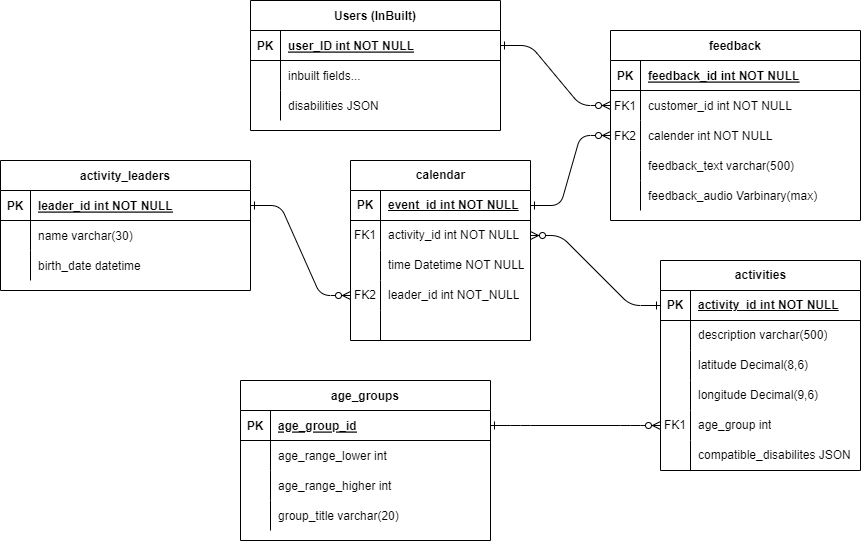
The draw.io diagram documentation/Diagrams/Database Structure/db structure.png in TomDra/Empower-Events, before a commit. Source tidied: cells renumbered, new cells last; positions are measured from the earlier drawing's top-left corner, leaving out a move shared by most shapes.
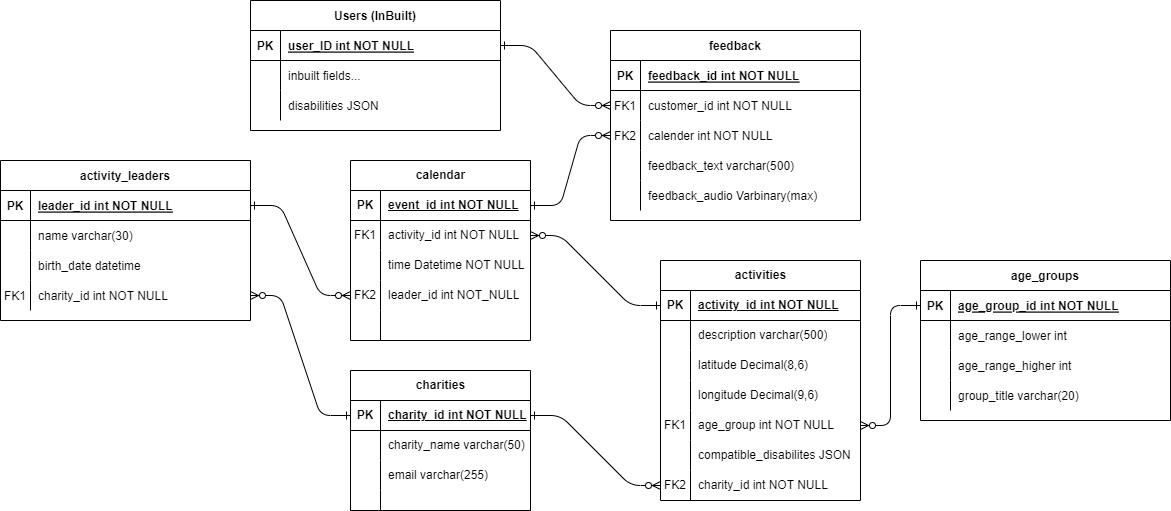
Later version of the same file.

Commit message:
Updated enitiy relation diagram

Change to the diagram source:
```diff
@@ -54,7 +54,7 @@
       <mxGeometry x="30" width="220" height="30" as="geometry" />
     </mxCell>
     <mxCell id="19" value="age_groups" style="shape=table;startSize=30;rowLines=0;fontStyle=1;align=center;" parent="1" vertex="1">
-      <mxGeometry x="240" y="380" width="250" height="160" as="geometry" />
+      <mxGeometry x="920" y="260" width="250" height="160" as="geometry" />
     </mxCell>
     <mxCell id="20" style="shape=partialRectangle;fillColor=none;points=[[0,0.5],[1,0.5]];portConstraint=eastwest;top=0;left=0;right=0;bottom=1;" parent="19" vertex="1">
       <mxGeometry y="30" width="250" height="30" as="geometry" />
@@ -62,7 +62,7 @@
     <mxCell id="21" value="PK" style="shape=partialRectangle;overflow=hidden;fillColor=none;top=0;left=0;bottom=0;right=0;fontStyle=1;" parent="20" vertex="1">
       <mxGeometry width="30" height="30" as="geometry" />
     </mxCell>
-    <mxCell id="22" value="age_group_id" style="shape=partialRectangle;overflow=hidden;fillColor=none;top=0;left=0;bottom=0;right=0;align=left;spacingLeft=6;fontStyle=5;" parent="20" vertex="1">
+    <mxCell id="22" value="age_group_id int NOT NULL" style="shape=partialRectangle;overflow=hidden;fillColor=none;top=0;left=0;bottom=0;right=0;align=left;spacingLeft=6;fontStyle=5;" parent="20" vertex="1">
       <mxGeometry x="30" width="220" height="30" as="geometry" />
     </mxCell>
     <mxCell id="23" style="shape=partialRectangle;fillColor=none;top=0;left=0;right=0;bottom=0;" parent="19" vertex="1">
@@ -176,11 +176,11 @@
     <mxCell id="59" style="edgeStyle=entityRelationEdgeStyle;endArrow=ERzeroToMany;startArrow=ERone;endFill=1;startFill=0;entryX=1;entryY=0.5;entryDx=0;entryDy=0;exitX=0;exitY=0.5;exitDx=0;exitDy=0;" parent="1" edge="1" source="62" target="47">
       <mxGeometry relative="1" as="geometry" />
     </mxCell>
-    <mxCell id="60" style="edgeStyle=entityRelationEdgeStyle;endArrow=ERzeroToMany;startArrow=ERone;endFill=1;startFill=0;entryX=0;entryY=0.5;entryDx=0;entryDy=0;exitX=1;exitY=0.5;exitDx=0;exitDy=0;" parent="1" edge="1" source="20" target="74">
+    <mxCell id="60" style="edgeStyle=entityRelationEdgeStyle;endArrow=ERzeroToMany;startArrow=ERone;endFill=1;startFill=0;" parent="1" edge="1" source="20" target="74">
       <mxGeometry relative="1" as="geometry" />
     </mxCell>
     <mxCell id="61" value="activities" style="shape=table;startSize=30;rowLines=0;fontStyle=1;align=center;html=1;" parent="1" vertex="1">
-      <mxGeometry x="660" y="260" width="200" height="210" as="geometry" />
+      <mxGeometry x="660" y="260" width="200" height="240" as="geometry" />
     </mxCell>
     <mxCell id="62" style="shape=tableRow;horizontal=0;startSize=0;swimlaneHead=0;swimlaneBody=0;fillColor=none;points=[[0,0.5],[1,0.5]];portConstraint=eastwest;top=0;left=0;right=0;bottom=1;" parent="61" vertex="1">
       <mxGeometry y="30" width="200" height="30" as="geometry" />
@@ -224,7 +224,7 @@
     <mxCell id="75" value="FK1" style="shape=partialRectangle;fillColor=none;top=0;left=0;bottom=0;right=0;overflow=hidden;whiteSpace=wrap;html=1;" parent="74" vertex="1">
       <mxGeometry width="30" height="30" as="geometry" />
     </mxCell>
-    <mxCell id="76" value="age_group int" style="shape=partialRectangle;fillColor=none;top=0;left=0;bottom=0;right=0;align=left;spacingLeft=6;overflow=hidden;whiteSpace=wrap;html=1;" parent="74" vertex="1">
+    <mxCell id="76" value="age_group int NOT NULL" style="shape=partialRectangle;fillColor=none;top=0;left=0;bottom=0;right=0;align=left;spacingLeft=6;overflow=hidden;whiteSpace=wrap;html=1;" parent="74" vertex="1">
       <mxGeometry x="30" width="170" height="30" as="geometry" />
     </mxCell>
     <mxCell id="77" style="shape=tableRow;horizontal=0;startSize=0;swimlaneHead=0;swimlaneBody=0;fillColor=none;top=0;left=0;right=0;bottom=0;" parent="61" vertex="1">
@@ -236,8 +236,17 @@
     <mxCell id="79" value="compatible_disabilites JSON" style="shape=partialRectangle;fillColor=none;top=0;left=0;bottom=0;right=0;align=left;spacingLeft=6;overflow=hidden;whiteSpace=wrap;html=1;" parent="77" vertex="1">
       <mxGeometry x="30" width="170" height="30" as="geometry" />
     </mxCell>
+    <mxCell id="91" style="shape=tableRow;horizontal=0;startSize=0;swimlaneHead=0;swimlaneBody=0;fillColor=none;points=[[0,0.5],[1,0.5]];portConstraint=eastwest;top=0;left=0;right=0;bottom=0;" parent="61" vertex="1">
+      <mxGeometry y="210" width="200" height="30" as="geometry" />
+    </mxCell>
+    <mxCell id="92" value="FK2" style="shape=partialRectangle;fillColor=none;top=0;left=0;bottom=0;right=0;overflow=hidden;whiteSpace=wrap;html=1;" parent="91" vertex="1">
+      <mxGeometry width="30" height="30" as="geometry" />
+    </mxCell>
+    <mxCell id="93" value="charity_id int NOT NULL" style="shape=partialRectangle;fillColor=none;top=0;left=0;bottom=0;right=0;align=left;spacingLeft=6;overflow=hidden;whiteSpace=wrap;html=1;" parent="91" vertex="1">
+      <mxGeometry x="30" width="170" height="30" as="geometry" />
+    </mxCell>
     <mxCell id="80" value="activity_leaders" style="shape=table;startSize=30;rowLines=0;fontStyle=1;align=center;" parent="1" vertex="1">
-      <mxGeometry y="160" width="250" height="130" as="geometry" />
+      <mxGeometry y="160" width="250" height="160" as="geometry" />
     </mxCell>
     <mxCell id="81" style="shape=partialRectangle;fillColor=none;points=[[0,0.5],[1,0.5]];portConstraint=eastwest;top=0;left=0;right=0;bottom=1;" parent="80" vertex="1">
       <mxGeometry y="30" width="250" height="30" as="geometry" />
@@ -266,8 +275,62 @@
     <mxCell id="89" value="birth_date datetime" style="shape=partialRectangle;overflow=hidden;fillColor=none;top=0;left=0;bottom=0;right=0;align=left;spacingLeft=6;" parent="87" vertex="1">
       <mxGeometry x="30" width="220" height="30" as="geometry" />
     </mxCell>
+    <mxCell id="94" style="shape=partialRectangle;fillColor=none;points=[[0,0.5],[1,0.5]];portConstraint=eastwest;top=0;left=0;right=0;bottom=0;" parent="80" vertex="1">
+      <mxGeometry y="120" width="250" height="30" as="geometry" />
+    </mxCell>
+    <mxCell id="95" value="FK1" style="shape=partialRectangle;overflow=hidden;fillColor=none;top=0;left=0;bottom=0;right=0;" parent="94" vertex="1">
+      <mxGeometry width="30" height="30" as="geometry" />
+    </mxCell>
+    <mxCell id="96" value="charity_id int NOT NULL" style="shape=partialRectangle;overflow=hidden;fillColor=none;top=0;left=0;bottom=0;right=0;align=left;spacingLeft=6;" parent="94" vertex="1">
+      <mxGeometry x="30" width="220" height="30" as="geometry" />
+    </mxCell>
     <mxCell id="90" style="edgeStyle=entityRelationEdgeStyle;endArrow=ERzeroToMany;startArrow=ERone;endFill=1;startFill=0;" parent="1" edge="1" source="81" target="53">
       <mxGeometry relative="1" as="geometry" />
     </mxCell>
+    <mxCell id="97" value="charities" style="shape=table;startSize=30;rowLines=0;fontStyle=1;align=center;html=1;" parent="1" vertex="1">
+      <mxGeometry x="350" y="370" width="180" height="140" as="geometry" />
+    </mxCell>
+    <mxCell id="98" style="shape=tableRow;horizontal=0;startSize=0;swimlaneHead=0;swimlaneBody=0;fillColor=none;points=[[0,0.5],[1,0.5]];portConstraint=eastwest;top=0;left=0;right=0;bottom=1;" parent="97" vertex="1">
+      <mxGeometry y="30" width="180" height="30" as="geometry" />
+    </mxCell>
+    <mxCell id="99" value="PK" style="shape=partialRectangle;fillColor=none;top=0;left=0;bottom=0;right=0;fontStyle=1;overflow=hidden;whiteSpace=wrap;html=1;" parent="98" vertex="1">
+      <mxGeometry width="30" height="30" as="geometry" />
+    </mxCell>
+    <mxCell id="100" value="charity_id int NOT NULL" style="shape=partialRectangle;fillColor=none;top=0;left=0;bottom=0;right=0;align=left;spacingLeft=6;fontStyle=5;overflow=hidden;whiteSpace=wrap;html=1;" parent="98" vertex="1">
+      <mxGeometry x="30" width="150" height="30" as="geometry" />
+    </mxCell>
+    <mxCell id="101" style="shape=tableRow;horizontal=0;startSize=0;swimlaneHead=0;swimlaneBody=0;fillColor=none;top=0;left=0;right=0;bottom=0;" parent="97" vertex="1">
+      <mxGeometry y="60" width="180" height="30" as="geometry" />
+    </mxCell>
+    <mxCell id="102" style="shape=partialRectangle;fillColor=none;top=0;left=0;bottom=0;right=0;overflow=hidden;whiteSpace=wrap;html=1;" parent="101" vertex="1">
+      <mxGeometry width="30" height="30" as="geometry" />
+    </mxCell>
+    <mxCell id="103" value="charity_name varchar(50)" style="shape=partialRectangle;fillColor=none;top=0;left=0;bottom=0;right=0;align=left;spacingLeft=6;overflow=hidden;whiteSpace=wrap;html=1;" parent="101" vertex="1">
+      <mxGeometry x="30" width="150" height="30" as="geometry" />
+    </mxCell>
+    <mxCell id="104" style="shape=tableRow;horizontal=0;startSize=0;swimlaneHead=0;swimlaneBody=0;fillColor=none;top=0;left=0;right=0;bottom=0;" parent="97" vertex="1">
+      <mxGeometry y="90" width="180" height="30" as="geometry" />
+    </mxCell>
+    <mxCell id="105" style="shape=partialRectangle;fillColor=none;top=0;left=0;bottom=0;right=0;overflow=hidden;whiteSpace=wrap;html=1;" parent="104" vertex="1">
+      <mxGeometry width="30" height="30" as="geometry" />
+    </mxCell>
+    <mxCell id="106" value="email varchar(255)" style="shape=partialRectangle;fillColor=none;top=0;left=0;bottom=0;right=0;align=left;spacingLeft=6;overflow=hidden;whiteSpace=wrap;html=1;" parent="104" vertex="1">
+      <mxGeometry x="30" width="150" height="30" as="geometry" />
+    </mxCell>
+    <mxCell id="107" style="shape=tableRow;horizontal=0;startSize=0;swimlaneHead=0;swimlaneBody=0;fillColor=none;top=0;left=0;right=0;bottom=0;" parent="97" vertex="1">
+      <mxGeometry y="120" width="180" height="20" as="geometry" />
+    </mxCell>
+    <mxCell id="108" style="shape=partialRectangle;fillColor=none;top=0;left=0;bottom=0;right=0;overflow=hidden;whiteSpace=wrap;html=1;" parent="107" vertex="1">
+      <mxGeometry width="30" height="20" as="geometry" />
+    </mxCell>
+    <mxCell id="109" style="shape=partialRectangle;fillColor=none;top=0;left=0;bottom=0;right=0;align=left;spacingLeft=6;overflow=hidden;whiteSpace=wrap;html=1;" parent="107" vertex="1">
+      <mxGeometry x="30" width="150" height="20" as="geometry" />
+    </mxCell>
+    <mxCell id="110" style="edgeStyle=entityRelationEdgeStyle;endArrow=ERzeroToMany;startArrow=ERone;endFill=1;startFill=0;" parent="1" edge="1" source="98" target="91">
+      <mxGeometry relative="1" as="geometry" />
+    </mxCell>
+    <mxCell id="111" style="edgeStyle=entityRelationEdgeStyle;endArrow=ERzeroToMany;startArrow=ERone;endFill=1;startFill=0;" parent="1" edge="1" source="98" target="94">
+      <mxGeometry relative="1" as="geometry" />
+    </mxCell>
   </root>
 </mxGraphModel>
```
